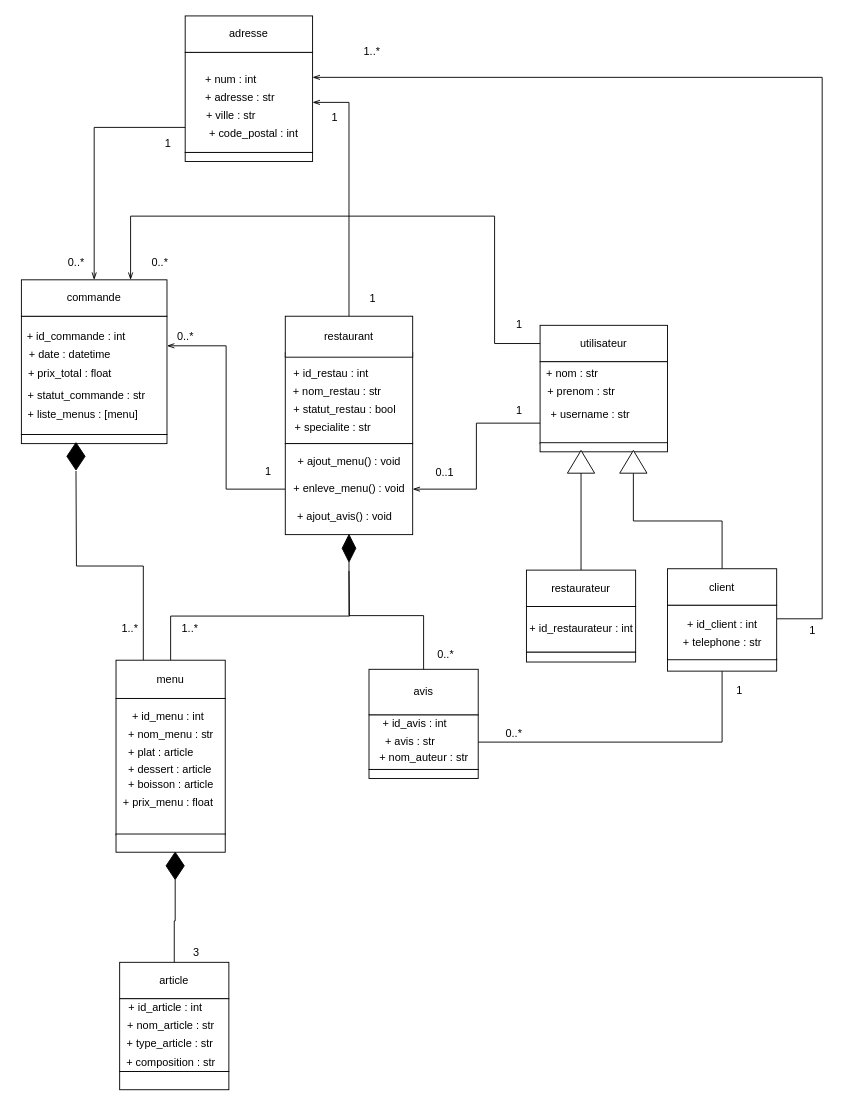
The draw.io diagram diagrammes/diagramme_de_classes.drawio in TheAIWizard/Ensaeats, before the edit. Source tidied: cells renumbered, new cells numbered last; positions are measured from the earlier drawing's top-left corner, leaving out a move shared by most shapes. Both pictures are drawn from the tidied source at 91%, with x=0, y=0 at pixel (15, 15).
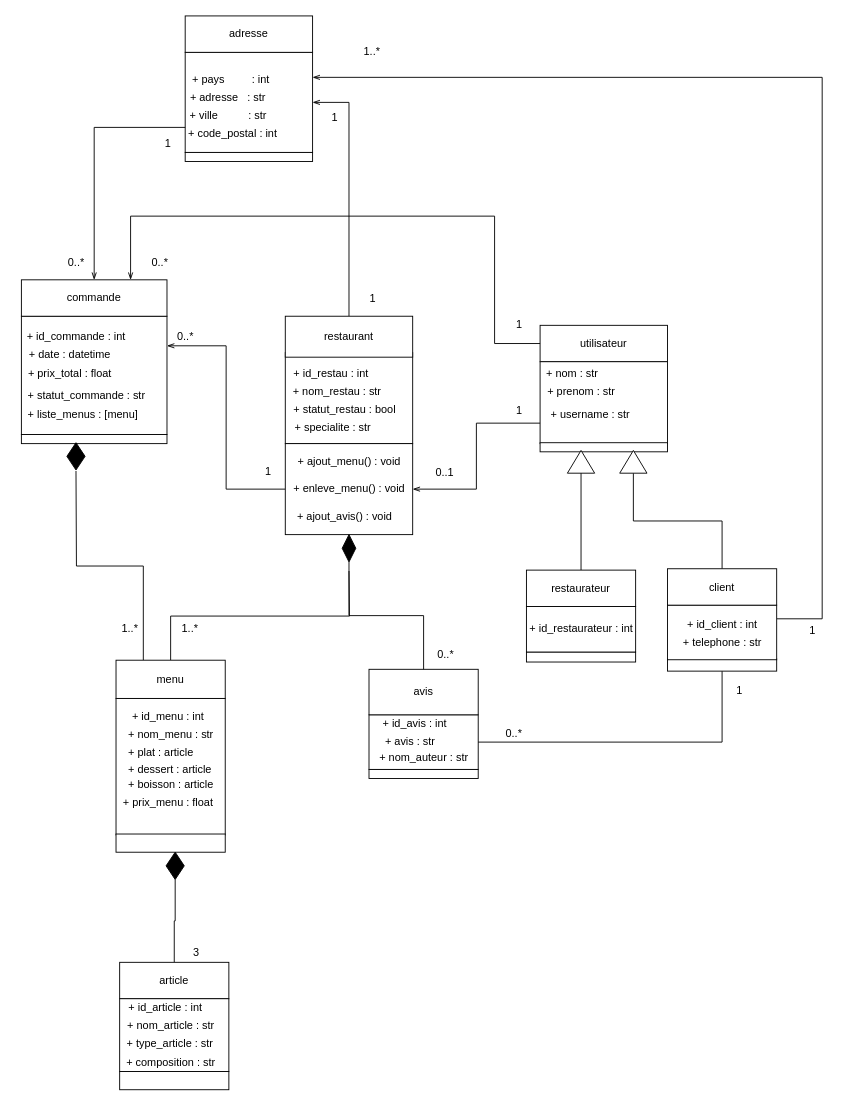
The same diagram, later.

The edit, as a diff of the source:
```diff
@@
-    <mxCell id="19" value="+ adresse : str" style="text;html=1;align=center;verticalAlign=middle;strokeColor=none;" parent="1" vertex="1">
-      <mxGeometry x="201" y="80" width="90" height="20" as="geometry" />
+    <mxCell id="19" value="+ adresse&amp;nbsp; &amp;nbsp;: str&amp;nbsp; &amp;nbsp; &amp;nbsp;" style="text;html=1;align=center;verticalAlign=middle;strokeColor=none;" parent="1" vertex="1">
+      <mxGeometry x="181" y="80" width="120" height="20" as="geometry" />
     </mxCell>
-    <mxCell id="20" value="+ num : int" style="text;html=1;align=center;verticalAlign=middle;strokeColor=none;" parent="1" vertex="1">
-      <mxGeometry x="201" y="60" width="70" height="20" as="geometry" />
+    <mxCell id="20" value="+ pays&amp;nbsp; &amp;nbsp; &amp;nbsp; &amp;nbsp; &amp;nbsp;: int" style="text;html=1;align=center;verticalAlign=middle;strokeColor=none;" parent="1" vertex="1">
+      <mxGeometry x="186" y="60" width="100" height="20" as="geometry" />
     </mxCell>
     <mxCell id="21" value="+ code_postal : int" style="text;html=1;align=center;verticalAlign=middle;strokeColor=none;" parent="1" vertex="1">
-      <mxGeometry x="206" y="120" width="110" height="20" as="geometry" />
+      <mxGeometry x="183" y="120" width="110" height="20" as="geometry" />
     </mxCell>
-    <mxCell id="22" value="+ ville : str" style="text;html=1;align=center;verticalAlign=middle;strokeColor=none;" parent="1" vertex="1">
-      <mxGeometry x="201" y="100" width="70" height="20" as="geometry" />
+    <mxCell id="22" value="+ ville&amp;nbsp; &amp;nbsp; &amp;nbsp; &amp;nbsp; &amp;nbsp; : str" style="text;html=1;align=center;verticalAlign=middle;strokeColor=none;" parent="1" vertex="1">
+      <mxGeometry x="183" y="100" width="100" height="20" as="geometry" />
     </mxCell>
```
